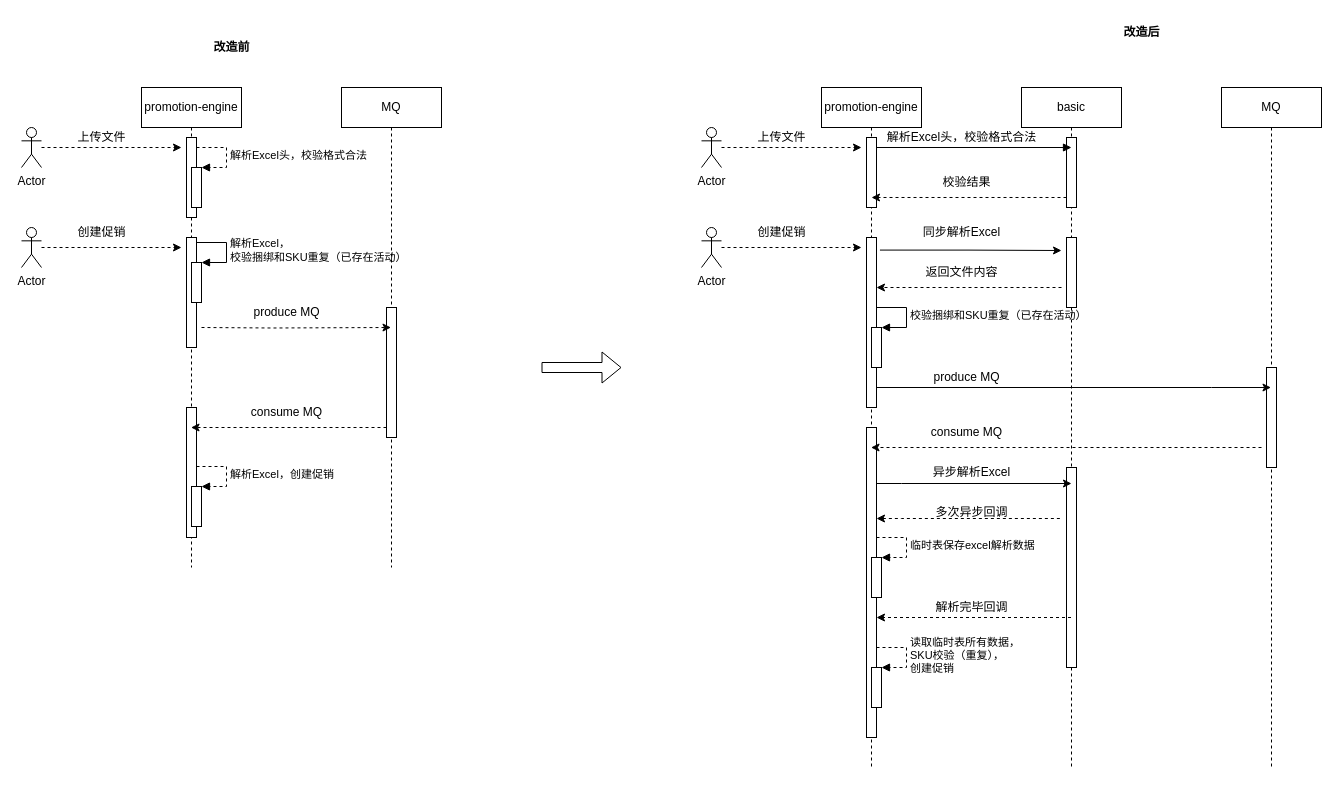
Earlier version of the draw.io diagram 未命名绘图.drawio (jingjie2018/test). Source tidied: cells renumbered, new cells numbered last; positions are measured from the earlier drawing's top-left corner, leaving out a move shared by most shapes. Both pictures are drawn from the tidied source at 100%, with x=0, y=0 at pixel (21, 17).
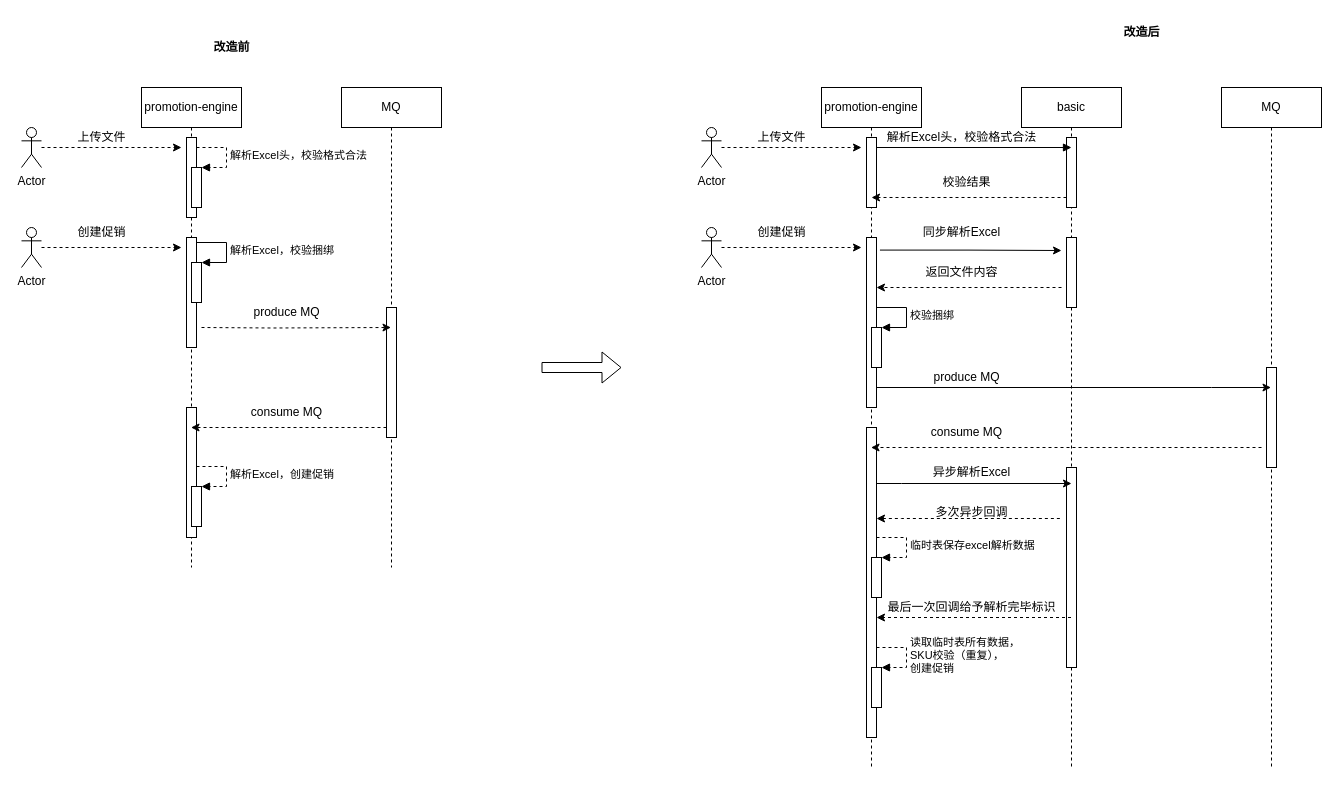
After the change.

Commit message:
更新未命名绘图.drawio

Unchanged cells that the change refers to:
```xml
<mxCell id="2" value="promotion-engine" style="shape=umlLifeline;perimeter=lifelinePerimeter;whiteSpace=wrap;html=1;" parent="1" vertex="1">
  <mxGeometry x="120" y="70" width="100" height="480" as="geometry" />
</mxCell>
<mxCell id="10" style="html=1;points=[];perimeter=orthogonalPerimeter;" parent="2" vertex="1">
  <mxGeometry x="50" y="175" width="10" height="40" as="geometry" />
</mxCell>
<mxCell id="24" value="promotion-engine" style="shape=umlLifeline;perimeter=lifelinePerimeter;whiteSpace=wrap;html=1;outlineConnect=0;" parent="1" vertex="1">
  <mxGeometry x="800" y="70" width="100" height="680" as="geometry" />
</mxCell>
<mxCell id="30" style="html=1;points=[];perimeter=orthogonalPerimeter;" parent="24" vertex="1">
  <mxGeometry x="50" y="240" width="10" height="40" as="geometry" />
</mxCell>
```

What changed in the source:
```diff
@@
-    <mxCell id="11" value="解析Excel，&lt;br&gt;校验捆绑和SKU重复（已存在活动）" style="edgeStyle=orthogonalEdgeStyle;html=1;align=left;spacingLeft=2;endArrow=block;rounded=0;entryX=1;entryY=0;" parent="2" edge="1" target="10">
+    <mxCell id="11" value="解析Excel，校验捆绑" style="edgeStyle=orthogonalEdgeStyle;html=1;align=left;spacingLeft=2;endArrow=block;rounded=0;entryX=1;entryY=0;" parent="2" edge="1" target="10">
       <mxGeometry relative="1" as="geometry">
         <mxPoint x="55" y="155" as="sourcePoint" />
         <Array as="points">
           <mxPoint x="85" y="155" />
         </Array>
       </mxGeometry>
     </mxCell>
@@
-    <mxCell id="31" value="校验捆绑和SKU重复（已存在活动）" style="edgeStyle=orthogonalEdgeStyle;html=1;align=left;spacingLeft=2;endArrow=block;rounded=0;entryX=1;entryY=0;" parent="24" edge="1" target="30">
+    <mxCell id="31" value="校验捆绑" style="edgeStyle=orthogonalEdgeStyle;html=1;align=left;spacingLeft=2;endArrow=block;rounded=0;entryX=1;entryY=0;" parent="24" edge="1" target="30">
       <mxGeometry relative="1" as="geometry">
         <mxPoint x="55" y="220" as="sourcePoint" />
         <Array as="points">
           <mxPoint x="85" y="220" />
         </Array>
       </mxGeometry>
     </mxCell>
@@
-    <mxCell id="63" value="解析完毕回调" style="text;html=1;align=center;verticalAlign=middle;strokeColor=none;fillColor=none;" parent="1" vertex="1">
-      <mxGeometry x="900" y="575" width="100" height="30" as="geometry" />
+    <mxCell id="63" value="最后一次回调给予解析完毕标识" style="text;html=1;align=center;verticalAlign=middle;strokeColor=none;fillColor=none;" parent="1" vertex="1">
+      <mxGeometry x="855" y="575" width="190" height="30" as="geometry" />
     </mxCell>
```
